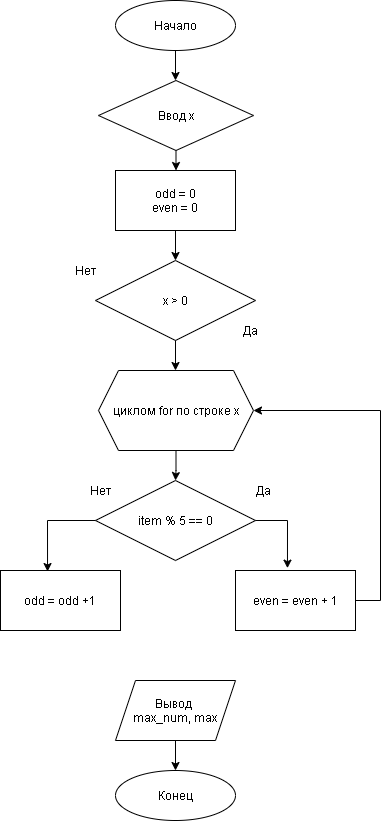
This is task_2_image.png from GDI19/algorithms_py, a draw.io export, as it was before one commit. Source tidied: cells renumbered, new cells last; positions are measured from the earlier drawing's top-left corner, leaving out a move shared by most shapes. Its diagram source:
```xml
<mxGraphModel>
  <root>
    <mxCell id="0" />
    <mxCell id="1" parent="0" />
    <mxCell id="2" style="group;" parent="1" vertex="1">
      <mxGeometry x="115" width="120" height="50" as="geometry" />
    </mxCell>
    <mxCell id="3" style="ellipse;whiteSpace=wrap;html=1;" parent="2" vertex="1">
      <mxGeometry width="120" height="50" as="geometry" />
    </mxCell>
    <mxCell id="4" value="Начало" style="text;html=1;strokeColor=none;fillColor=none;align=center;verticalAlign=middle;whiteSpace=wrap;rounded=0;" parent="2" vertex="1">
      <mxGeometry width="120" height="50" as="geometry" />
    </mxCell>
    <mxCell id="5" style="group;" parent="1" vertex="1">
      <mxGeometry x="65" y="260" width="220" height="80" as="geometry" />
    </mxCell>
    <mxCell id="6" value="x &amp;gt; 0" style="rhombus;whiteSpace=wrap;html=1;fontStyle=0;" parent="5" vertex="1">
      <mxGeometry x="30" width="160" height="80" as="geometry" />
    </mxCell>
    <mxCell id="7" value="Нет" style="text;html=1;strokeColor=none;fillColor=none;align=center;verticalAlign=middle;whiteSpace=wrap;rounded=0;fontStyle=0;" parent="5" vertex="1">
      <mxGeometry width="40" height="20" as="geometry" />
    </mxCell>
    <mxCell id="8" value="Да" style="text;html=1;strokeColor=none;fillColor=none;align=center;verticalAlign=middle;whiteSpace=wrap;rounded=0;fontStyle=0;" parent="5" vertex="1">
      <mxGeometry x="165" y="60" width="40" height="20" as="geometry" />
    </mxCell>
    <mxCell id="9" style="edgeStyle=orthogonalEdgeStyle;rounded=0;jettySize=auto;html=1;" parent="1" edge="1" source="6">
      <mxGeometry relative="1" as="geometry">
        <mxPoint x="175" y="370" as="targetPoint" />
      </mxGeometry>
    </mxCell>
    <mxCell id="10" style="edgeStyle=orthogonalEdgeStyle;rounded=0;jettySize=auto;html=1;entryX=0.5;entryY=0;entryDx=0;entryDy=0;" parent="1" edge="1" source="4">
      <mxGeometry relative="1" as="geometry">
        <mxPoint x="175" y="80" as="targetPoint" />
      </mxGeometry>
    </mxCell>
    <mxCell id="11" style="edgeStyle=orthogonalEdgeStyle;rounded=0;jettySize=auto;html=1;entryX=0.5;entryY=0;entryDx=0;entryDy=0;" parent="1" edge="1" source="12" target="20">
      <mxGeometry relative="1" as="geometry" />
    </mxCell>
    <mxCell id="12" value="циклом for по строке x" style="shape=hexagon;perimeter=hexagonPerimeter2;whiteSpace=wrap;html=1;fixedSize=1;" parent="1" vertex="1">
      <mxGeometry x="98" y="370" width="155" height="80" as="geometry" />
    </mxCell>
    <mxCell id="13" style="group;" parent="1" vertex="1">
      <mxGeometry x="110" y="680" width="130" height="60" as="geometry" />
    </mxCell>
    <mxCell id="14" style="shape=parallelogram;perimeter=parallelogramPerimeter;whiteSpace=wrap;html=1;fixedSize=1;" parent="13" vertex="1">
      <mxGeometry x="5" width="120" height="60" as="geometry" />
    </mxCell>
    <mxCell id="15" value="Вывод &lt;br&gt;max_num, max" style="text;html=1;strokeColor=none;fillColor=none;align=center;verticalAlign=middle;whiteSpace=wrap;rounded=0;" parent="13" vertex="1">
      <mxGeometry width="130" height="60" as="geometry" />
    </mxCell>
    <mxCell id="16" style="group;" parent="1" vertex="1">
      <mxGeometry x="115" y="770" width="120" height="50" as="geometry" />
    </mxCell>
    <mxCell id="17" style="ellipse;whiteSpace=wrap;html=1;" parent="16" vertex="1">
      <mxGeometry width="120" height="50" as="geometry" />
    </mxCell>
    <mxCell id="18" value="Конец" style="text;html=1;strokeColor=none;fillColor=none;align=center;verticalAlign=middle;whiteSpace=wrap;rounded=0;" parent="16" vertex="1">
      <mxGeometry width="120" height="50" as="geometry" />
    </mxCell>
    <mxCell id="19" style="group;" parent="1" vertex="1">
      <mxGeometry x="65" y="480" width="220" height="80" as="geometry" />
    </mxCell>
    <mxCell id="20" value="item % 5 == 0" style="rhombus;whiteSpace=wrap;html=1;fontStyle=0;" parent="19" vertex="1">
      <mxGeometry x="30" width="160" height="80" as="geometry" />
    </mxCell>
    <mxCell id="21" value="Нет" style="text;html=1;strokeColor=none;fillColor=none;align=center;verticalAlign=middle;whiteSpace=wrap;rounded=0;fontStyle=0;" parent="19" vertex="1">
      <mxGeometry x="15" width="40" height="20" as="geometry" />
    </mxCell>
    <mxCell id="22" value="Да&amp;nbsp;" style="text;html=1;strokeColor=none;fillColor=none;align=center;verticalAlign=middle;whiteSpace=wrap;rounded=0;fontStyle=0;" parent="19" vertex="1">
      <mxGeometry x="180" width="40" height="20" as="geometry" />
    </mxCell>
    <mxCell id="23" value="even = even + 1" style="group;" parent="1" vertex="1">
      <mxGeometry x="235" y="570" width="120" height="60" as="geometry" />
    </mxCell>
    <mxCell id="24" style="rounded=0;whiteSpace=wrap;html=1;" parent="23" vertex="1">
      <mxGeometry width="120" height="60" as="geometry" />
    </mxCell>
    <mxCell id="25" value="even = even + 1" style="text;html=1;strokeColor=none;fillColor=none;align=center;verticalAlign=middle;whiteSpace=wrap;rounded=0;" parent="23" vertex="1">
      <mxGeometry width="120" height="60" as="geometry" />
    </mxCell>
    <mxCell id="26" style="edgeStyle=orthogonalEdgeStyle;rounded=0;jettySize=auto;html=1;entryX=0.5;entryY=0;entryDx=0;entryDy=0;" parent="1" edge="1" source="27" target="31">
      <mxGeometry relative="1" as="geometry" />
    </mxCell>
    <mxCell id="27" value="Ввод x" style="rhombus;whiteSpace=wrap;html=1;" parent="1" vertex="1">
      <mxGeometry x="98" y="80" width="155" height="70" as="geometry" />
    </mxCell>
    <mxCell id="28" style="edgeStyle=orthogonalEdgeStyle;rounded=0;jettySize=auto;html=1;entryX=0.5;entryY=0;entryDx=0;entryDy=0;" parent="1" edge="1" source="15" target="18">
      <mxGeometry relative="1" as="geometry" />
    </mxCell>
    <mxCell id="29" style="group;" parent="1" vertex="1">
      <mxGeometry x="115" y="170" width="120" height="60" as="geometry" />
    </mxCell>
    <mxCell id="30" style="rounded=0;whiteSpace=wrap;html=1;" parent="29" vertex="1">
      <mxGeometry width="120" height="60" as="geometry" />
    </mxCell>
    <mxCell id="31" value="odd = 0&lt;br&gt;even = 0" style="text;html=1;strokeColor=none;fillColor=none;align=center;verticalAlign=middle;whiteSpace=wrap;rounded=0;" parent="29" vertex="1">
      <mxGeometry width="120" height="60" as="geometry" />
    </mxCell>
    <mxCell id="32" style="edgeStyle=orthogonalEdgeStyle;rounded=0;jettySize=auto;html=1;entryX=0.5;entryY=0;entryDx=0;entryDy=0;" parent="1" edge="1" source="31" target="6">
      <mxGeometry relative="1" as="geometry" />
    </mxCell>
    <mxCell id="33" style="group;" parent="1" vertex="1">
      <mxGeometry y="570" width="120" height="60" as="geometry" />
    </mxCell>
    <mxCell id="34" style="rounded=0;whiteSpace=wrap;html=1;" parent="33" vertex="1">
      <mxGeometry width="120" height="60" as="geometry" />
    </mxCell>
    <mxCell id="35" value="odd = odd +1" style="text;html=1;strokeColor=none;fillColor=none;align=center;verticalAlign=middle;whiteSpace=wrap;rounded=0;" parent="33" vertex="1">
      <mxGeometry width="120" height="60" as="geometry" />
    </mxCell>
    <mxCell id="36" style="edgeStyle=orthogonalEdgeStyle;rounded=0;jettySize=auto;html=1;entryX=0.433;entryY=-0.039;entryDx=0;entryDy=0;entryPerimeter=0;" parent="1" edge="1" source="20" target="25">
      <mxGeometry relative="1" as="geometry">
        <Array as="points">
          <mxPoint x="287" y="520" />
        </Array>
      </mxGeometry>
    </mxCell>
    <mxCell id="37" style="edgeStyle=orthogonalEdgeStyle;rounded=0;jettySize=auto;html=1;entryX=0.392;entryY=0.017;entryDx=0;entryDy=0;entryPerimeter=0;" parent="1" edge="1" source="20" target="35">
      <mxGeometry relative="1" as="geometry">
        <Array as="points">
          <mxPoint x="47" y="520" />
        </Array>
      </mxGeometry>
    </mxCell>
    <mxCell id="38" style="edgeStyle=orthogonalEdgeStyle;rounded=0;jettySize=auto;html=1;entryX=1;entryY=0.5;entryDx=0;entryDy=0;" parent="1" edge="1" source="25" target="12">
      <mxGeometry relative="1" as="geometry">
        <Array as="points">
          <mxPoint x="380" y="600" />
          <mxPoint x="380" y="410" />
        </Array>
      </mxGeometry>
    </mxCell>
  </root>
</mxGraphModel>
```
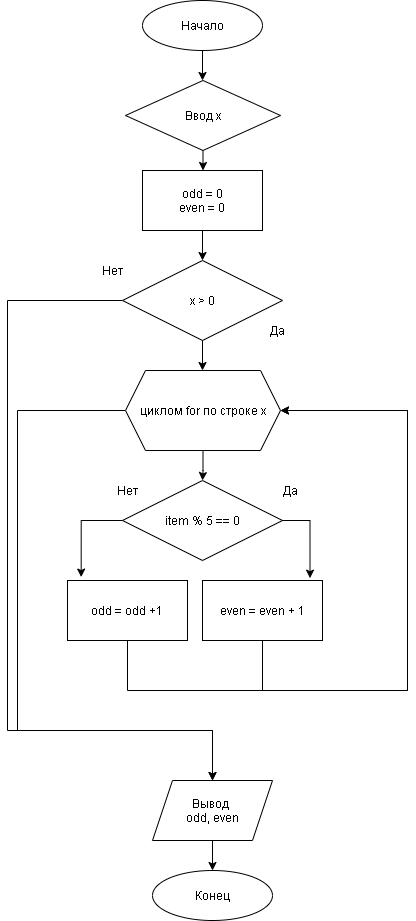
The same file after the commit.

Change to the diagram source:
```diff
@@ -36,20 +36,29 @@
     <mxCell id="11" style="edgeStyle=orthogonalEdgeStyle;rounded=0;jettySize=auto;html=1;entryX=0.5;entryY=0;entryDx=0;entryDy=0;" parent="1" edge="1" source="12" target="20">
       <mxGeometry relative="1" as="geometry" />
     </mxCell>
+    <mxCell id="39" style="edgeStyle=orthogonalEdgeStyle;rounded=0;jettySize=auto;html=1;entryX=0.5;entryY=0;entryDx=0;entryDy=0;" parent="1" edge="1" source="12" target="15">
+      <mxGeometry relative="1" as="geometry">
+        <Array as="points">
+          <mxPoint x="-10" y="410" />
+          <mxPoint x="-10" y="730" />
+          <mxPoint x="185" y="730" />
+        </Array>
+      </mxGeometry>
+    </mxCell>
     <mxCell id="12" value="циклом for по строке x" style="shape=hexagon;perimeter=hexagonPerimeter2;whiteSpace=wrap;html=1;fixedSize=1;" parent="1" vertex="1">
       <mxGeometry x="98" y="370" width="155" height="80" as="geometry" />
     </mxCell>
     <mxCell id="13" style="group;" parent="1" vertex="1">
-      <mxGeometry x="110" y="680" width="130" height="60" as="geometry" />
+      <mxGeometry x="120" y="780" width="130" height="60" as="geometry" />
     </mxCell>
     <mxCell id="14" style="shape=parallelogram;perimeter=parallelogramPerimeter;whiteSpace=wrap;html=1;fixedSize=1;" parent="13" vertex="1">
       <mxGeometry x="5" width="120" height="60" as="geometry" />
     </mxCell>
-    <mxCell id="15" value="Вывод &lt;br&gt;max_num, max" style="text;html=1;strokeColor=none;fillColor=none;align=center;verticalAlign=middle;whiteSpace=wrap;rounded=0;" parent="13" vertex="1">
+    <mxCell id="15" value="Вывод &lt;br&gt;odd, even" style="text;html=1;strokeColor=none;fillColor=none;align=center;verticalAlign=middle;whiteSpace=wrap;rounded=0;" parent="13" vertex="1">
       <mxGeometry width="130" height="60" as="geometry" />
     </mxCell>
     <mxCell id="16" style="group;" parent="1" vertex="1">
-      <mxGeometry x="115" y="770" width="120" height="50" as="geometry" />
+      <mxGeometry x="125" y="870" width="120" height="50" as="geometry" />
     </mxCell>
     <mxCell id="17" style="ellipse;whiteSpace=wrap;html=1;" parent="16" vertex="1">
       <mxGeometry width="120" height="50" as="geometry" />
@@ -70,7 +79,7 @@
       <mxGeometry x="180" width="40" height="20" as="geometry" />
     </mxCell>
     <mxCell id="23" value="even = even + 1" style="group;" parent="1" vertex="1">
-      <mxGeometry x="235" y="570" width="120" height="60" as="geometry" />
+      <mxGeometry x="175" y="580" width="120" height="60" as="geometry" />
     </mxCell>
     <mxCell id="24" style="rounded=0;whiteSpace=wrap;html=1;" parent="23" vertex="1">
       <mxGeometry width="120" height="60" as="geometry" />
@@ -100,7 +109,7 @@
       <mxGeometry relative="1" as="geometry" />
     </mxCell>
     <mxCell id="33" style="group;" parent="1" vertex="1">
-      <mxGeometry y="570" width="120" height="60" as="geometry" />
+      <mxGeometry x="40" y="580" width="120" height="60" as="geometry" />
     </mxCell>
     <mxCell id="34" style="rounded=0;whiteSpace=wrap;html=1;" parent="33" vertex="1">
       <mxGeometry width="120" height="60" as="geometry" />
@@ -108,27 +117,46 @@
     <mxCell id="35" value="odd = odd +1" style="text;html=1;strokeColor=none;fillColor=none;align=center;verticalAlign=middle;whiteSpace=wrap;rounded=0;" parent="33" vertex="1">
       <mxGeometry width="120" height="60" as="geometry" />
     </mxCell>
+    <mxCell id="38" style="edgeStyle=orthogonalEdgeStyle;rounded=0;jettySize=auto;html=1;entryX=1;entryY=0.5;entryDx=0;entryDy=0;" parent="1" edge="1" source="25" target="12">
+      <mxGeometry relative="1" as="geometry">
+        <Array as="points">
+          <mxPoint x="235" y="690" />
+          <mxPoint x="380" y="690" />
+          <mxPoint x="380" y="410" />
+        </Array>
+      </mxGeometry>
+    </mxCell>
+    <mxCell id="37" style="edgeStyle=orthogonalEdgeStyle;rounded=0;jettySize=auto;html=1;entryX=0.114;entryY=-0.057;entryDx=0;entryDy=0;entryPerimeter=0;" parent="1" edge="1" source="20" target="35">
+      <mxGeometry relative="1" as="geometry">
+        <Array as="points">
+          <mxPoint x="54" y="520" />
+        </Array>
+      </mxGeometry>
+    </mxCell>
-    <mxCell id="36" style="edgeStyle=orthogonalEdgeStyle;rounded=0;jettySize=auto;html=1;entryX=0.433;entryY=-0.039;entryDx=0;entryDy=0;entryPerimeter=0;" parent="1" edge="1" source="20" target="25">
+    <mxCell id="36" style="edgeStyle=orthogonalEdgeStyle;rounded=0;jettySize=auto;html=1;entryX=0.896;entryY=-0.039;entryDx=0;entryDy=0;entryPerimeter=0;" parent="1" edge="1" source="20" target="25">
       <mxGeometry relative="1" as="geometry">
         <Array as="points">
-          <mxPoint x="287" y="520" />
+          <mxPoint x="283" y="520" />
         </Array>
       </mxGeometry>
     </mxCell>
-    <mxCell id="37" style="edgeStyle=orthogonalEdgeStyle;rounded=0;jettySize=auto;html=1;entryX=0.392;entryY=0.017;entryDx=0;entryDy=0;entryPerimeter=0;" parent="1" edge="1" source="20" target="35">
-      <mxGeometry relative="1" as="geometry">
-        <Array as="points">
-          <mxPoint x="47" y="520" />
-        </Array>
-      </mxGeometry>
-    </mxCell>
-    <mxCell id="38" style="edgeStyle=orthogonalEdgeStyle;rounded=0;jettySize=auto;html=1;entryX=1;entryY=0.5;entryDx=0;entryDy=0;" parent="1" edge="1" source="25" target="12">
-      <mxGeometry relative="1" as="geometry">
-        <Array as="points">
-          <mxPoint x="380" y="600" />
-          <mxPoint x="380" y="410" />
-        </Array>
-      </mxGeometry>
-    </mxCell>
+    <mxCell id="40" style="edgeStyle=orthogonalEdgeStyle;rounded=0;jettySize=auto;html=1;entryX=1;entryY=0.5;entryDx=0;entryDy=0;" parent="1" edge="1" source="35" target="12">
+      <mxGeometry relative="1" as="geometry">
+        <Array as="points">
+          <mxPoint x="100" y="690" />
+          <mxPoint x="380" y="690" />
+          <mxPoint x="380" y="410" />
+        </Array>
+      </mxGeometry>
+    </mxCell>
+    <mxCell id="41" style="edgeStyle=orthogonalEdgeStyle;rounded=0;jettySize=auto;html=1;entryX=0.5;entryY=0;entryDx=0;entryDy=0;" parent="1" edge="1" source="6" target="15">
+      <mxGeometry relative="1" as="geometry">
+        <Array as="points">
+          <mxPoint x="-20" y="300" />
+          <mxPoint x="-20" y="730" />
+          <mxPoint x="185" y="730" />
+        </Array>
+      </mxGeometry>
+    </mxCell>
   </root>
 </mxGraphModel>
```
